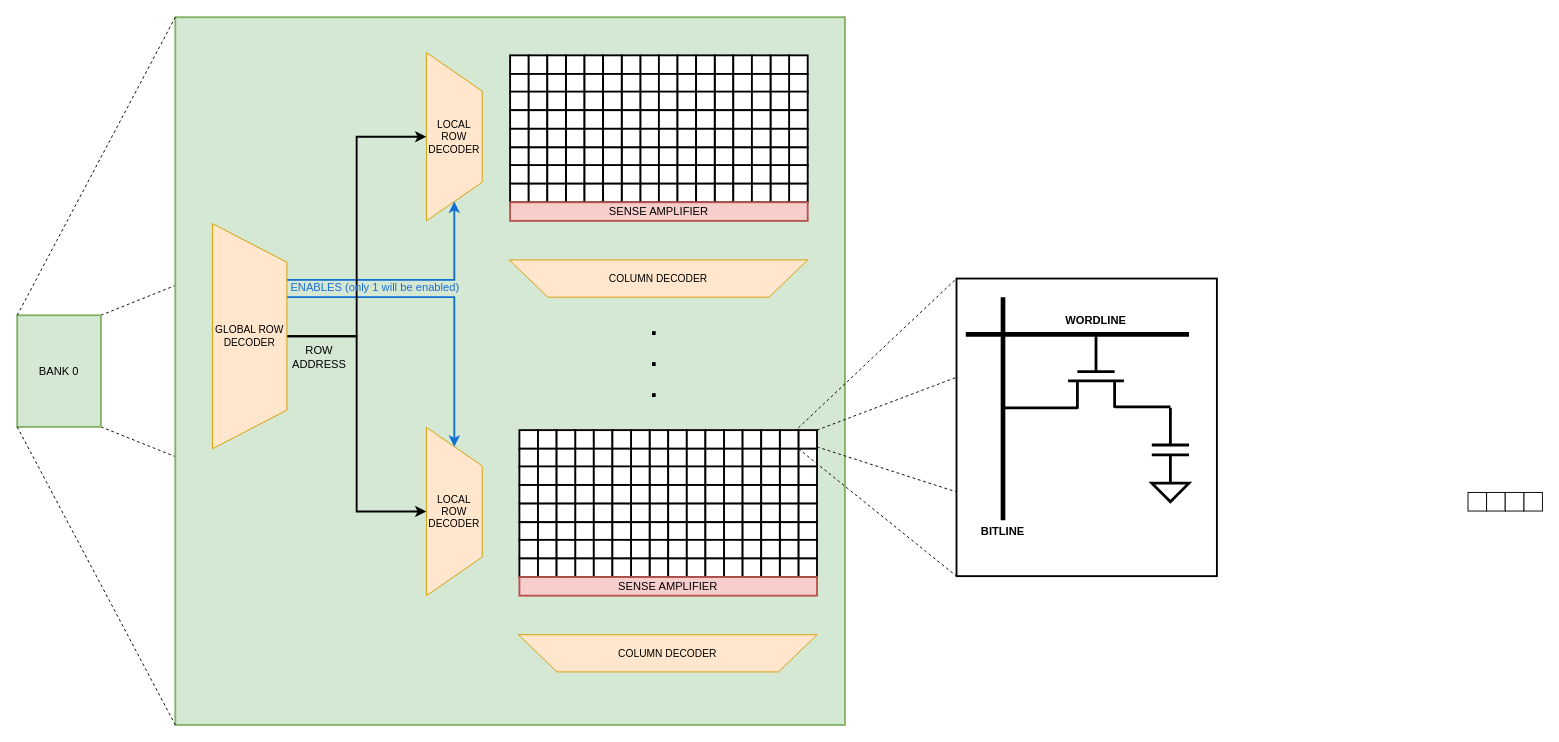
Earlier version of the draw.io diagram docs/images/organization/bankinternal.drawio (shingaridavesh/memoryandarchitecture). Source tidied: cells renumbered, new cells numbered last; positions are measured from the earlier drawing's top-left corner, leaving out a move shared by most shapes. Both pictures are drawn from the tidied source at 93%, with x=0, y=0 at pixel (17, 17).
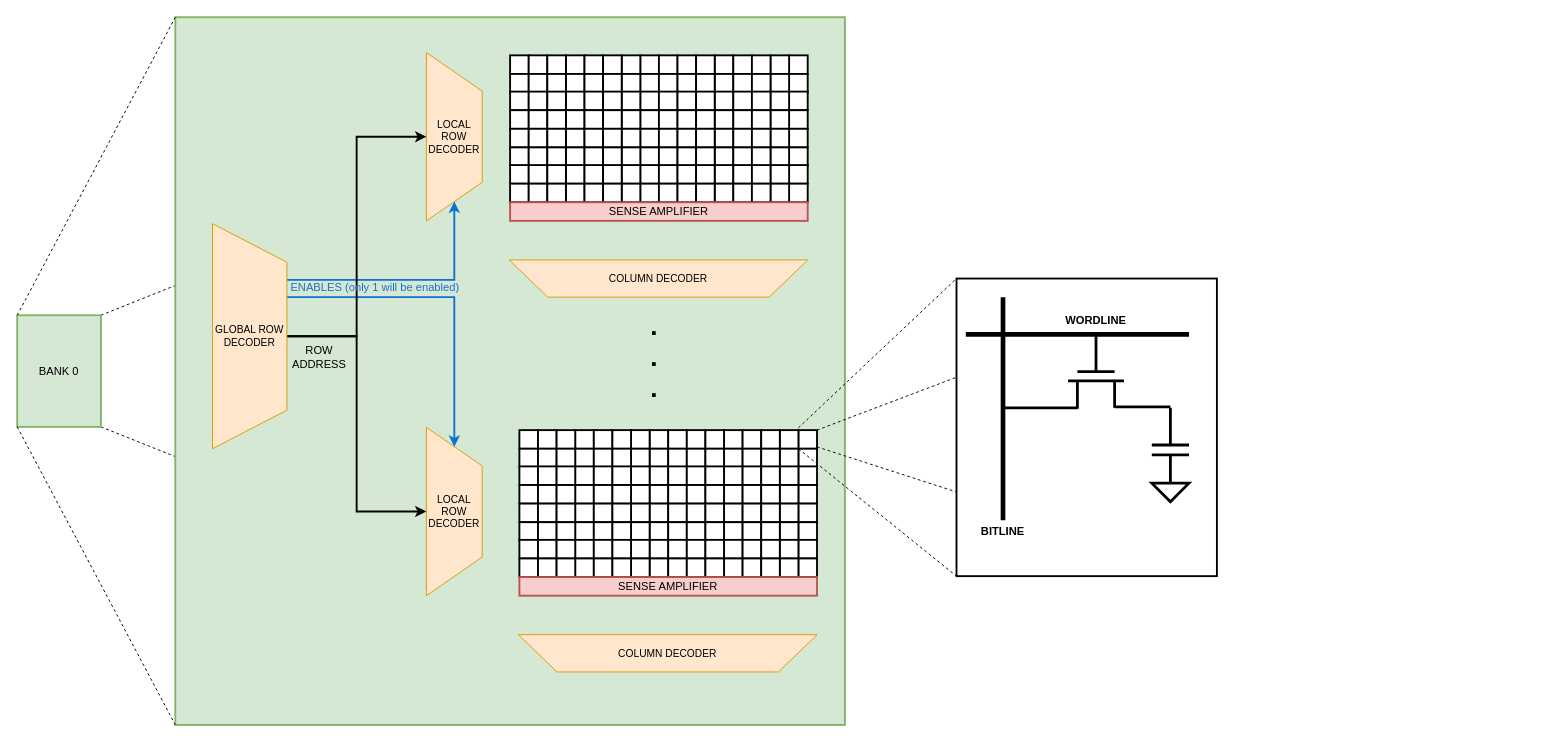
The same diagram, later.

Diff of the diagram source:
```diff
@@
-    <mxCell id="11" style="rounded=0;whiteSpace=wrap;html=1;" parent="1" vertex="1">
-      <mxGeometry x="1560" y="511" width="20" height="20" as="geometry" />
-    </mxCell>
-    <mxCell id="12" style="rounded=0;whiteSpace=wrap;html=1;" parent="1" vertex="1">
-      <mxGeometry x="1580" y="511" width="20" height="20" as="geometry" />
-    </mxCell>
-    <mxCell id="13" style="rounded=0;whiteSpace=wrap;html=1;" parent="1" vertex="1">
-      <mxGeometry x="1620" y="511" width="20" height="20" as="geometry" />
-    </mxCell>
-    <mxCell id="14" style="rounded=0;whiteSpace=wrap;html=1;" parent="1" vertex="1">
-      <mxGeometry x="1600" y="511" width="20" height="20" as="geometry" />
-    </mxCell>
```
